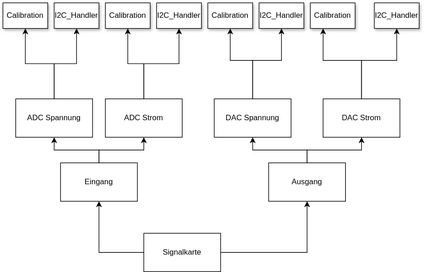
The draw.io diagram Signalkarte.drawio.svg in kk-ari/drawio, before a commit. Source tidied: cells renumbered, new cells last; positions are measured from the earlier drawing's top-left corner, leaving out a move shared by most shapes.
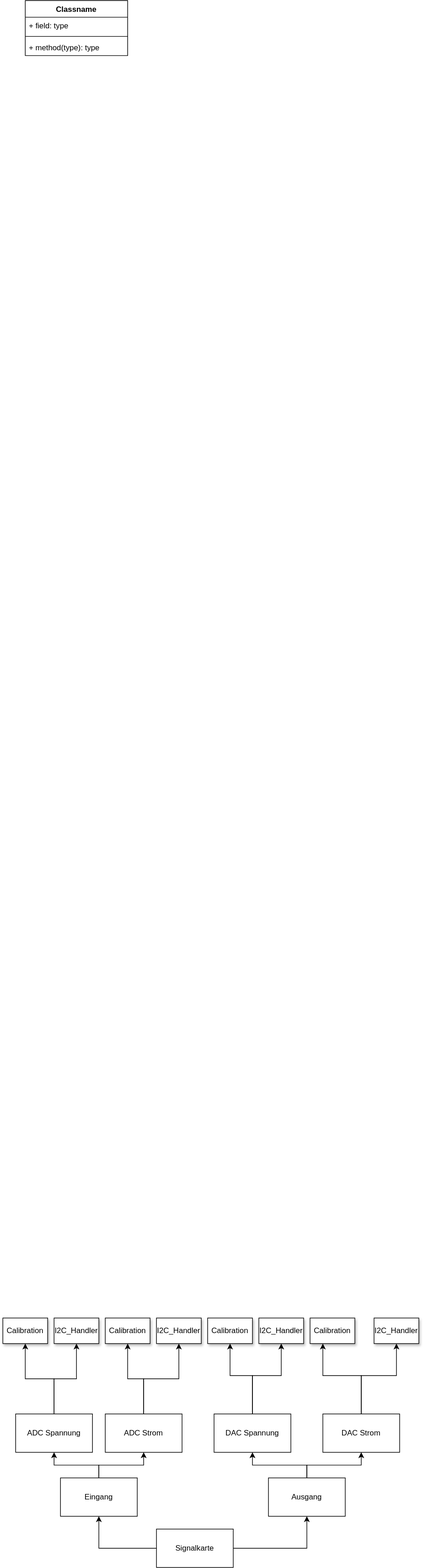
The same file after the commit.

Change to the diagram source:
```diff
@@ -68,7 +68,7 @@
       <mxGeometry relative="1" as="geometry" />
     </mxCell>
     <mxCell id="17" value="Signalkarte" style="whiteSpace=wrap;html=1;" parent="1" vertex="1">
-      <mxGeometry x="220" y="360" width="120" height="60" as="geometry" />
+      <mxGeometry x="240" y="330" width="120" height="60" as="geometry" />
     </mxCell>
     <mxCell id="18" value="Calibration" style="whiteSpace=wrap;html=1;shadow=1;" parent="1" vertex="1">
       <mxGeometry width="70" height="40" as="geometry" />
@@ -109,5 +109,17 @@
     <mxCell id="30" value="Calibration" style="whiteSpace=wrap;html=1;shadow=1;" parent="1" vertex="1">
       <mxGeometry x="480" width="70" height="40" as="geometry" />
     </mxCell>
+    <mxCell id="31" value="Classname" style="swimlane;fontStyle=1;align=center;verticalAlign=top;horizontal=1;startSize=26;whiteSpace=wrap;html=1;" parent="1" vertex="1">
+      <mxGeometry x="35" y="-2060" width="160" height="86" as="geometry" />
+    </mxCell>
+    <mxCell id="32" value="+ field: type" style="text;strokeColor=none;fillColor=none;align=left;verticalAlign=top;spacingLeft=4;spacingRight=4;overflow=hidden;whiteSpace=wrap;html=1;" parent="31" vertex="1">
+      <mxGeometry y="26" width="160" height="26" as="geometry" />
+    </mxCell>
+    <mxCell id="33" style="line;strokeWidth=1;fillColor=none;align=left;verticalAlign=middle;spacingTop=-1;spacingLeft=3;spacingRight=3;labelPosition=right;strokeColor=inherit;" parent="31" vertex="1">
+      <mxGeometry y="52" width="160" height="8" as="geometry" />
+    </mxCell>
+    <mxCell id="34" value="+ method(type): type" style="text;strokeColor=none;fillColor=none;align=left;verticalAlign=top;spacingLeft=4;spacingRight=4;overflow=hidden;whiteSpace=wrap;html=1;" parent="31" vertex="1">
+      <mxGeometry y="60" width="160" height="26" as="geometry" />
+    </mxCell>
   </root>
 </mxGraphModel>
```
